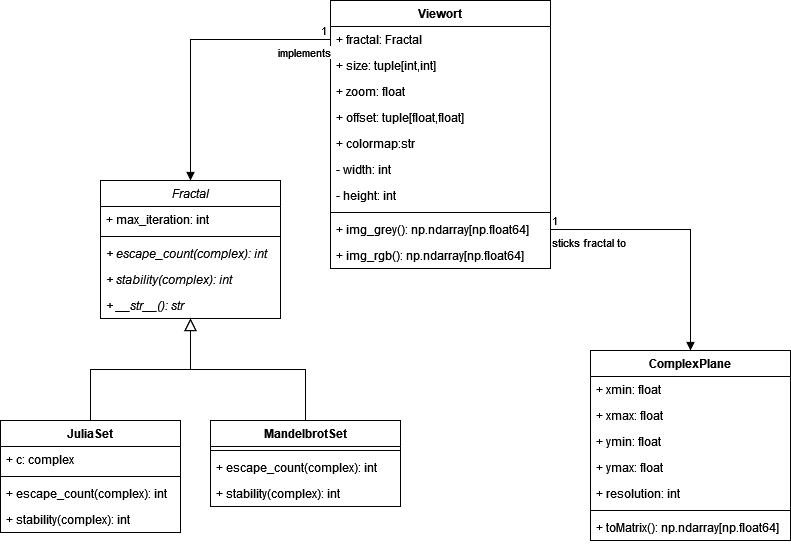
The draw.io diagram UML.drawio.png in m03sta/Visualisation_fractales, before a commit. Source tidied: cells renumbered, new cells last; positions are measured from the earlier drawing's top-left corner, leaving out a move shared by most shapes.
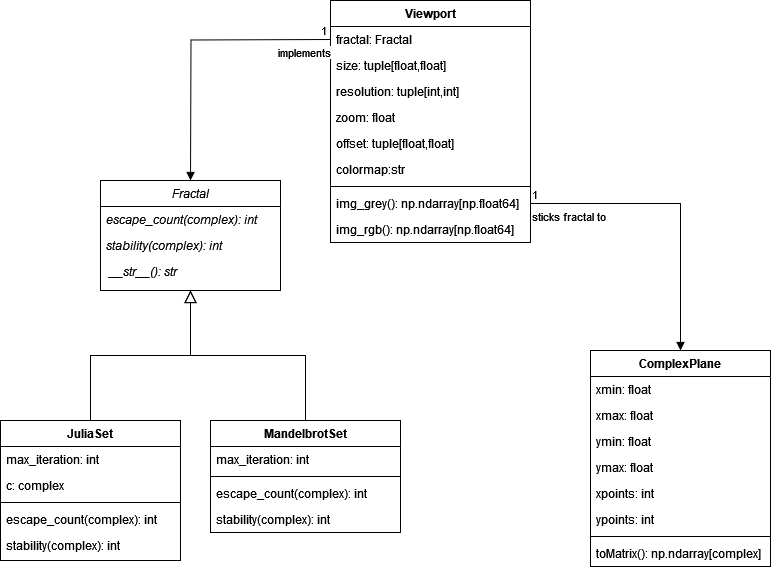
Later version of the same file.

Commit message:
UML diagram updated

What changed in the source:
```diff
@@ -3,115 +3,118 @@
     <mxCell id="0" />
     <mxCell id="1" parent="0" />
     <mxCell id="2" value="Fractal" style="swimlane;fontStyle=2;align=center;verticalAlign=top;horizontal=1;startSize=26;rounded=0;shadow=0;strokeWidth=1;" parent="1" vertex="1">
-      <mxGeometry x="100" y="180" width="180" height="138" as="geometry" />
+      <mxGeometry x="100" y="180" width="180" height="110" as="geometry" />
     </mxCell>
-    <mxCell id="3" value="+ max_iteration: int" style="text;align=left;verticalAlign=top;spacingLeft=4;spacingRight=4;overflow=hidden;" parent="2" vertex="1">
-      <mxGeometry y="26" width="180" height="26" as="geometry" />
-    </mxCell>
-    <mxCell id="4" style="line;html=1;strokeWidth=1;align=left;verticalAlign=middle;spacingTop=-1;spacingLeft=3;spacingRight=3;labelPosition=right;" parent="2" vertex="1">
-      <mxGeometry y="52" width="180" height="8" as="geometry" />
-    </mxCell>
-    <mxCell id="5" value="+ escape_count(complex): int" style="text;align=left;verticalAlign=top;spacingLeft=4;spacingRight=4;overflow=hidden;fontStyle=2;" parent="2" vertex="1">
-      <mxGeometry y="60" width="180" height="26" as="geometry" />
+    <mxCell id="5" value="escape_count(complex): int" style="text;align=left;verticalAlign=top;spacingLeft=4;spacingRight=4;overflow=hidden;fontStyle=2;" parent="2" vertex="1">
+      <mxGeometry y="26" width="180" height="26" as="geometry" />
     </mxCell>
-    <mxCell id="6" value="+ stability(complex): int" style="text;align=left;verticalAlign=top;spacingLeft=4;spacingRight=4;overflow=hidden;fontStyle=2;" parent="2" vertex="1">
-      <mxGeometry y="86" width="180" height="26" as="geometry" />
+    <mxCell id="6" value="stability(complex): int" style="text;align=left;verticalAlign=top;spacingLeft=4;spacingRight=4;overflow=hidden;fontStyle=2;" parent="2" vertex="1">
+      <mxGeometry y="52" width="180" height="26" as="geometry" />
     </mxCell>
-    <mxCell id="7" value="+ __str__(): str" style="text;align=left;verticalAlign=top;spacingLeft=4;spacingRight=4;overflow=hidden;fontStyle=2;" parent="2" vertex="1">
-      <mxGeometry y="112" width="180" height="26" as="geometry" />
+    <mxCell id="7" value=" __str__(): str" style="text;align=left;verticalAlign=top;spacingLeft=4;spacingRight=4;overflow=hidden;fontStyle=2;" parent="2" vertex="1">
+      <mxGeometry y="78" width="180" height="26" as="geometry" />
     </mxCell>
     <mxCell id="8" value="JuliaSet" style="swimlane;fontStyle=1;align=center;verticalAlign=top;horizontal=1;startSize=26;rounded=0;shadow=0;strokeWidth=1;" parent="1" vertex="1">
-      <mxGeometry y="420" width="180" height="112" as="geometry" />
+      <mxGeometry y="420" width="180" height="140" as="geometry" />
     </mxCell>
+    <mxCell id="3" value="max_iteration: int" style="text;align=left;verticalAlign=top;spacingLeft=4;spacingRight=4;overflow=hidden;" parent="8" vertex="1">
+      <mxGeometry y="26" width="180" height="26" as="geometry" />
+    </mxCell>
-    <mxCell id="9" value="+ c: complex" style="text;align=left;verticalAlign=top;spacingLeft=4;spacingRight=4;overflow=hidden;rounded=0;shadow=0;html=0;" parent="8" vertex="1">
-      <mxGeometry y="26" width="180" height="26" as="geometry" />
+    <mxCell id="9" value="c: complex" style="text;align=left;verticalAlign=top;spacingLeft=4;spacingRight=4;overflow=hidden;rounded=0;shadow=0;html=0;" parent="8" vertex="1">
+      <mxGeometry y="52" width="180" height="26" as="geometry" />
     </mxCell>
     <mxCell id="10" style="line;html=1;strokeWidth=1;align=left;verticalAlign=middle;spacingTop=-1;spacingLeft=3;spacingRight=3;labelPosition=right;" parent="8" vertex="1">
-      <mxGeometry y="52" width="180" height="8" as="geometry" />
+      <mxGeometry y="78" width="180" height="8" as="geometry" />
     </mxCell>
-    <mxCell id="11" value="+ escape_count(complex): int" style="text;align=left;verticalAlign=top;spacingLeft=4;spacingRight=4;overflow=hidden;fontStyle=0;" parent="8" vertex="1">
-      <mxGeometry y="60" width="180" height="26" as="geometry" />
+    <mxCell id="11" value="escape_count(complex): int" style="text;align=left;verticalAlign=top;spacingLeft=4;spacingRight=4;overflow=hidden;fontStyle=0;" parent="8" vertex="1">
+      <mxGeometry y="86" width="180" height="26" as="geometry" />
     </mxCell>
-    <mxCell id="12" value="+ stability(complex): int" style="text;align=left;verticalAlign=top;spacingLeft=4;spacingRight=4;overflow=hidden;fontStyle=0;" parent="8" vertex="1">
-      <mxGeometry y="86" width="180" height="26" as="geometry" />
+    <mxCell id="12" value="stability(complex): int" style="text;align=left;verticalAlign=top;spacingLeft=4;spacingRight=4;overflow=hidden;fontStyle=0;" parent="8" vertex="1">
+      <mxGeometry y="112" width="180" height="26" as="geometry" />
     </mxCell>
     <mxCell id="13" style="endArrow=block;endSize=10;endFill=0;shadow=0;strokeWidth=1;rounded=0;edgeStyle=elbowEdgeStyle;elbow=vertical;" parent="1" edge="1" source="8" target="2">
       <mxGeometry relative="1" as="geometry" />
     </mxCell>
     <mxCell id="14" value="MandelbrotSet" style="swimlane;fontStyle=1;align=center;verticalAlign=top;horizontal=1;startSize=26;rounded=0;shadow=0;strokeWidth=1;" parent="1" vertex="1">
-      <mxGeometry x="210" y="420" width="190" height="86" as="geometry" />
+      <mxGeometry x="210" y="420" width="190" height="112" as="geometry" />
     </mxCell>
+    <mxCell id="42" value="max_iteration: int" style="text;align=left;verticalAlign=top;spacingLeft=4;spacingRight=4;overflow=hidden;" parent="14" vertex="1">
+      <mxGeometry y="26" width="190" height="26" as="geometry" />
+    </mxCell>
     <mxCell id="15" style="line;html=1;strokeWidth=1;align=left;verticalAlign=middle;spacingTop=-1;spacingLeft=3;spacingRight=3;labelPosition=right;" parent="14" vertex="1">
-      <mxGeometry y="26" width="190" height="8" as="geometry" />
+      <mxGeometry y="52" width="190" height="8" as="geometry" />
     </mxCell>
-    <mxCell id="16" value="+ escape_count(complex): int" style="text;align=left;verticalAlign=top;spacingLeft=4;spacingRight=4;overflow=hidden;fontStyle=0;" parent="14" vertex="1">
-      <mxGeometry y="34" width="190" height="26" as="geometry" />
+    <mxCell id="16" value="escape_count(complex): int" style="text;align=left;verticalAlign=top;spacingLeft=4;spacingRight=4;overflow=hidden;fontStyle=0;" parent="14" vertex="1">
+      <mxGeometry y="60" width="190" height="26" as="geometry" />
     </mxCell>
-    <mxCell id="17" value="+ stability(complex): int" style="text;align=left;verticalAlign=top;spacingLeft=4;spacingRight=4;overflow=hidden;fontStyle=0;" parent="14" vertex="1">
-      <mxGeometry y="60" width="190" height="26" as="geometry" />
+    <mxCell id="17" value="stability(complex): int" style="text;align=left;verticalAlign=top;spacingLeft=4;spacingRight=4;overflow=hidden;fontStyle=0;" parent="14" vertex="1">
+      <mxGeometry y="86" width="190" height="26" as="geometry" />
     </mxCell>
     <mxCell id="18" style="endArrow=block;endSize=10;endFill=0;shadow=0;strokeWidth=1;rounded=0;edgeStyle=elbowEdgeStyle;elbow=vertical;" parent="1" edge="1" source="14" target="2">
       <mxGeometry relative="1" as="geometry" />
     </mxCell>
     <mxCell id="19" value="ComplexPlane" style="swimlane;fontStyle=1;align=center;verticalAlign=top;horizontal=1;startSize=26;rounded=0;shadow=0;strokeWidth=1;" parent="1" vertex="1">
-      <mxGeometry x="590" y="350" width="200" height="190" as="geometry" />
+      <mxGeometry x="590" y="350" width="180" height="216" as="geometry" />
     </mxCell>
-    <mxCell id="20" value="+ xmin: float" style="text;align=left;verticalAlign=top;spacingLeft=4;spacingRight=4;overflow=hidden;" parent="19" vertex="1">
-      <mxGeometry y="26" width="200" height="26" as="geometry" />
+    <mxCell id="20" value="xmin: float" style="text;align=left;verticalAlign=top;spacingLeft=4;spacingRight=4;overflow=hidden;" parent="19" vertex="1">
+      <mxGeometry y="26" width="180" height="26" as="geometry" />
     </mxCell>
-    <mxCell id="21" value="+ xmax: float" style="text;align=left;verticalAlign=top;spacingLeft=4;spacingRight=4;overflow=hidden;rounded=0;shadow=0;html=0;" parent="19" vertex="1">
-      <mxGeometry y="52" width="200" height="26" as="geometry" />
+    <mxCell id="21" value="xmax: float" style="text;align=left;verticalAlign=top;spacingLeft=4;spacingRight=4;overflow=hidden;rounded=0;shadow=0;html=0;" parent="19" vertex="1">
+      <mxGeometry y="52" width="180" height="26" as="geometry" />
     </mxCell>
-    <mxCell id="22" value="+ ymin: float" style="text;align=left;verticalAlign=top;spacingLeft=4;spacingRight=4;overflow=hidden;rounded=0;shadow=0;html=0;" parent="19" vertex="1">
-      <mxGeometry y="78" width="200" height="26" as="geometry" />
+    <mxCell id="22" value="ymin: float" style="text;align=left;verticalAlign=top;spacingLeft=4;spacingRight=4;overflow=hidden;rounded=0;shadow=0;html=0;" parent="19" vertex="1">
+      <mxGeometry y="78" width="180" height="26" as="geometry" />
     </mxCell>
-    <mxCell id="23" value="+ ymax: float" style="text;align=left;verticalAlign=top;spacingLeft=4;spacingRight=4;overflow=hidden;rounded=0;shadow=0;html=0;" parent="19" vertex="1">
-      <mxGeometry y="104" width="200" height="26" as="geometry" />
+    <mxCell id="23" value="ymax: float" style="text;align=left;verticalAlign=top;spacingLeft=4;spacingRight=4;overflow=hidden;rounded=0;shadow=0;html=0;" parent="19" vertex="1">
+      <mxGeometry y="104" width="180" height="26" as="geometry" />
     </mxCell>
-    <mxCell id="24" value="+ resolution: int" style="text;align=left;verticalAlign=top;spacingLeft=4;spacingRight=4;overflow=hidden;rounded=0;shadow=0;html=0;" parent="19" vertex="1">
-      <mxGeometry y="130" width="200" height="26" as="geometry" />
+    <mxCell id="24" value="xpoints: int" style="text;align=left;verticalAlign=top;spacingLeft=4;spacingRight=4;overflow=hidden;rounded=0;shadow=0;html=0;" parent="19" vertex="1">
+      <mxGeometry y="130" width="180" height="26" as="geometry" />
     </mxCell>
+    <mxCell id="43" value="ypoints: int" style="text;align=left;verticalAlign=top;spacingLeft=4;spacingRight=4;overflow=hidden;rounded=0;shadow=0;html=0;" parent="19" vertex="1">
+      <mxGeometry y="156" width="180" height="26" as="geometry" />
+    </mxCell>
     <mxCell id="25" style="line;html=1;strokeWidth=1;align=left;verticalAlign=middle;spacingTop=-1;spacingLeft=3;spacingRight=3;labelPosition=right;" parent="19" vertex="1">
-      <mxGeometry y="156" width="200" height="8" as="geometry" />
+      <mxGeometry y="182" width="180" height="8" as="geometry" />
     </mxCell>
-    <mxCell id="26" value="+ toMatrix(): np.ndarray[np.float64]" style="text;align=left;verticalAlign=top;spacingLeft=4;spacingRight=4;overflow=hidden;rounded=0;shadow=0;html=0;" parent="19" vertex="1">
-      <mxGeometry y="164" width="200" height="26" as="geometry" />
+    <mxCell id="26" value="toMatrix(): np.ndarray[complex]" style="text;align=left;verticalAlign=top;spacingLeft=4;spacingRight=4;overflow=hidden;rounded=0;shadow=0;html=0;" parent="19" vertex="1">
+      <mxGeometry y="190" width="180" height="26" as="geometry" />
     </mxCell>
-    <mxCell id="27" value="Viewort" style="swimlane;fontStyle=1;align=center;verticalAlign=top;horizontal=1;startSize=26;whiteSpace=wrap;html=1;" parent="1" vertex="1">
-      <mxGeometry x="330" width="220" height="268" as="geometry" />
+    <mxCell id="27" value="Viewport" style="swimlane;fontStyle=1;align=center;verticalAlign=top;horizontal=1;startSize=26;whiteSpace=wrap;html=1;" parent="1" vertex="1">
+      <mxGeometry x="330" width="200" height="242" as="geometry" />
     </mxCell>
-    <mxCell id="28" value="+ fractal: Fractal" style="text;strokeColor=none;fillColor=none;align=left;verticalAlign=top;spacingLeft=4;spacingRight=4;overflow=hidden;points=[[0,0.5],[1,0.5]];portConstraint=eastwest;whiteSpace=wrap;html=1;" parent="27" vertex="1">
-      <mxGeometry y="26" width="220" height="26" as="geometry" />
+    <mxCell id="28" value="fractal: Fractal" style="text;strokeColor=none;fillColor=none;align=left;verticalAlign=top;spacingLeft=4;spacingRight=4;overflow=hidden;points=[[0,0.5],[1,0.5]];portConstraint=eastwest;whiteSpace=wrap;html=1;" parent="27" vertex="1">
+      <mxGeometry y="26" width="200" height="26" as="geometry" />
     </mxCell>
-    <mxCell id="29" value="+ size: tuple[int,int]" style="text;strokeColor=none;fillColor=none;align=left;verticalAlign=top;spacingLeft=4;spacingRight=4;overflow=hidden;whiteSpace=wrap;html=1;" parent="27" vertex="1">
-      <mxGeometry y="52" width="220" height="26" as="geometry" />
+    <mxCell id="29" value="size: tuple[float,float]" style="text;strokeColor=none;fillColor=none;align=left;verticalAlign=top;spacingLeft=4;spacingRight=4;overflow=hidden;whiteSpace=wrap;html=1;" parent="27" vertex="1">
+      <mxGeometry y="52" width="200" height="26" as="geometry" />
     </mxCell>
+    <mxCell id="44" value="resolution: tuple[int,int]" style="text;strokeColor=none;fillColor=none;align=left;verticalAlign=top;spacingLeft=4;spacingRight=4;overflow=hidden;whiteSpace=wrap;html=1;" parent="27" vertex="1">
+      <mxGeometry y="78" width="200" height="26" as="geometry" />
+    </mxCell>
-    <mxCell id="30" value="+ zoom: float" style="text;strokeColor=none;fillColor=none;align=left;verticalAlign=top;spacingLeft=4;spacingRight=4;overflow=hidden;whiteSpace=wrap;html=1;" parent="27" vertex="1">
-      <mxGeometry y="78" width="220" height="26" as="geometry" />
+    <mxCell id="30" value="zoom: float" style="text;strokeColor=none;fillColor=none;align=left;verticalAlign=top;spacingLeft=4;spacingRight=4;overflow=hidden;whiteSpace=wrap;html=1;" parent="27" vertex="1">
+      <mxGeometry y="104" width="200" height="26" as="geometry" />
     </mxCell>
-    <mxCell id="31" value="+ offset: tuple[float,float]" style="text;strokeColor=none;fillColor=none;align=left;verticalAlign=top;spacingLeft=4;spacingRight=4;overflow=hidden;whiteSpace=wrap;html=1;" parent="27" vertex="1">
-      <mxGeometry y="104" width="220" height="26" as="geometry" />
+    <mxCell id="31" value="offset: tuple[float,float]" style="text;strokeColor=none;fillColor=none;align=left;verticalAlign=top;spacingLeft=4;spacingRight=4;overflow=hidden;whiteSpace=wrap;html=1;" parent="27" vertex="1">
+      <mxGeometry y="130" width="200" height="26" as="geometry" />
     </mxCell>
-    <mxCell id="32" value="+ colormap:str" style="text;strokeColor=none;fillColor=none;align=left;verticalAlign=top;spacingLeft=4;spacingRight=4;overflow=hidden;whiteSpace=wrap;html=1;" parent="27" vertex="1">
-      <mxGeometry y="130" width="220" height="26" as="geometry" />
+    <mxCell id="32" value="colormap:str" style="text;strokeColor=none;fillColor=none;align=left;verticalAlign=top;spacingLeft=4;spacingRight=4;overflow=hidden;whiteSpace=wrap;html=1;" parent="27" vertex="1">
+      <mxGeometry y="156" width="200" height="26" as="geometry" />
     </mxCell>
-    <mxCell id="33" value="- width: int" style="text;strokeColor=none;fillColor=none;align=left;verticalAlign=top;spacingLeft=4;spacingRight=4;overflow=hidden;whiteSpace=wrap;html=1;" parent="27" vertex="1">
-      <mxGeometry y="156" width="220" height="26" as="geometry" />
-    </mxCell>
-    <mxCell id="34" value="- height: int" style="text;strokeColor=none;fillColor=none;align=left;verticalAlign=top;spacingLeft=4;spacingRight=4;overflow=hidden;whiteSpace=wrap;html=1;" parent="27" vertex="1">
-      <mxGeometry y="182" width="220" height="26" as="geometry" />
-    </mxCell>
     <mxCell id="35" style="line;strokeWidth=1;fillColor=none;align=left;verticalAlign=middle;spacingTop=-1;spacingLeft=3;spacingRight=3;labelPosition=right;strokeColor=inherit;" parent="27" vertex="1">
-      <mxGeometry y="208" width="220" height="8" as="geometry" />
+      <mxGeometry y="182" width="200" height="8" as="geometry" />
     </mxCell>
-    <mxCell id="36" value="+ img_grey(): np.ndarray[np.float64]" style="text;strokeColor=none;fillColor=none;align=left;verticalAlign=top;spacingLeft=4;spacingRight=4;overflow=hidden;points=[[0,0.5],[1,0.5]];portConstraint=eastwest;whiteSpace=wrap;html=1;" parent="27" vertex="1">
-      <mxGeometry y="216" width="220" height="26" as="geometry" />
+    <mxCell id="36" value="img_grey(): np.ndarray[np.float64]" style="text;strokeColor=none;fillColor=none;align=left;verticalAlign=top;spacingLeft=4;spacingRight=4;overflow=hidden;points=[[0,0.5],[1,0.5]];portConstraint=eastwest;whiteSpace=wrap;html=1;" parent="27" vertex="1">
+      <mxGeometry y="190" width="200" height="26" as="geometry" />
     </mxCell>
-    <mxCell id="37" value="+ img_rgb(): np.ndarray[np.float64]" style="text;strokeColor=none;fillColor=none;align=left;verticalAlign=top;spacingLeft=4;spacingRight=4;overflow=hidden;whiteSpace=wrap;html=1;" parent="27" vertex="1">
-      <mxGeometry y="242" width="220" height="26" as="geometry" />
+    <mxCell id="37" value="img_rgb(): np.ndarray[np.float64]" style="text;strokeColor=none;fillColor=none;align=left;verticalAlign=top;spacingLeft=4;spacingRight=4;overflow=hidden;whiteSpace=wrap;html=1;" parent="27" vertex="1">
+      <mxGeometry y="216" width="200" height="26" as="geometry" />
     </mxCell>
-    <mxCell id="38" value="implements" style="endArrow=block;endFill=1;html=1;edgeStyle=orthogonalEdgeStyle;align=left;verticalAlign=top;rounded=0;exitX=0;exitY=0.5;exitDx=0;exitDy=0;entryX=0.5;entryY=0;entryDx=0;entryDy=0;" parent="1" edge="1" source="28" target="2">
-      <mxGeometry x="-0.61" relative="1" as="geometry" />
+    <mxCell id="38" value="implements" style="endArrow=block;endFill=1;html=1;edgeStyle=orthogonalEdgeStyle;align=left;verticalAlign=top;rounded=0;exitX=0;exitY=0.5;exitDx=0;exitDy=0;entryX=0.5;entryY=0;entryDx=0;entryDy=0;" parent="1" edge="1">
+      <mxGeometry x="-0.61" relative="1" as="geometry">
+        <mxPoint x="330" y="39" as="sourcePoint" />
+        <mxPoint x="190" y="180" as="targetPoint" />
+      </mxGeometry>
     </mxCell>
     <mxCell id="39" value="1" style="edgeLabel;html=1;align=left;verticalAlign=bottom;" parent="38" vertex="1">
       <mxGeometry x="-1" relative="1" as="geometry">
```
